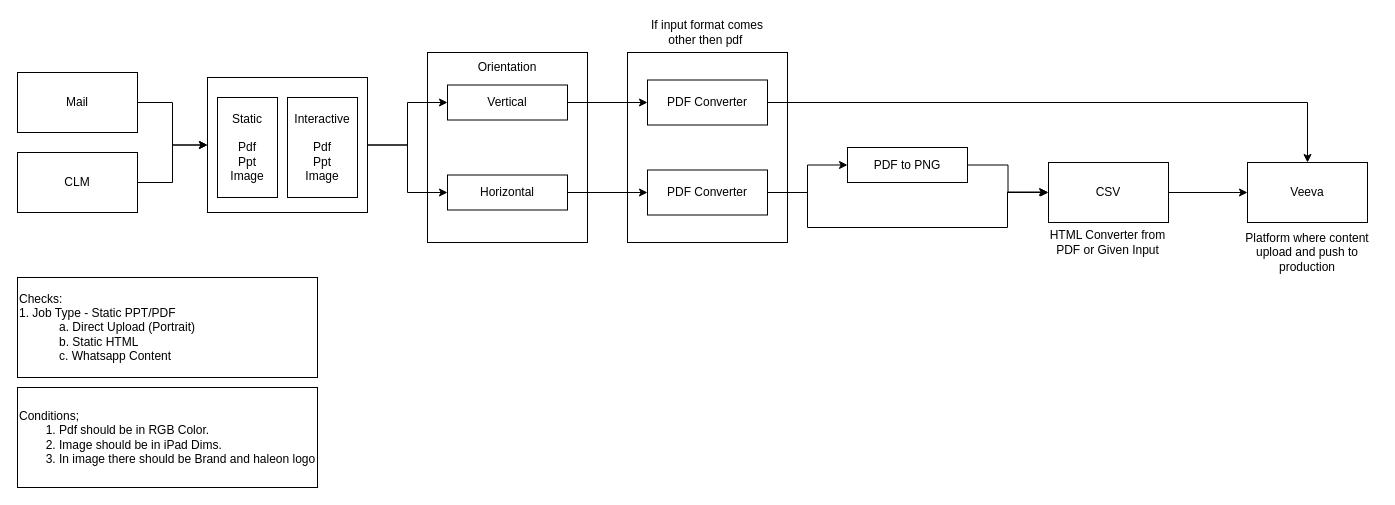
Above: Automation.drawio in Nikhil-keshri2213/DSA_Practice_Skills (draw.io), before the change. Source tidied: cells renumbered, new cells numbered last; positions are measured from the earlier drawing's top-left corner, leaving out a move shared by most shapes. Both pictures are drawn from the tidied source at 100%, with x=0, y=0 at pixel (17, 17).
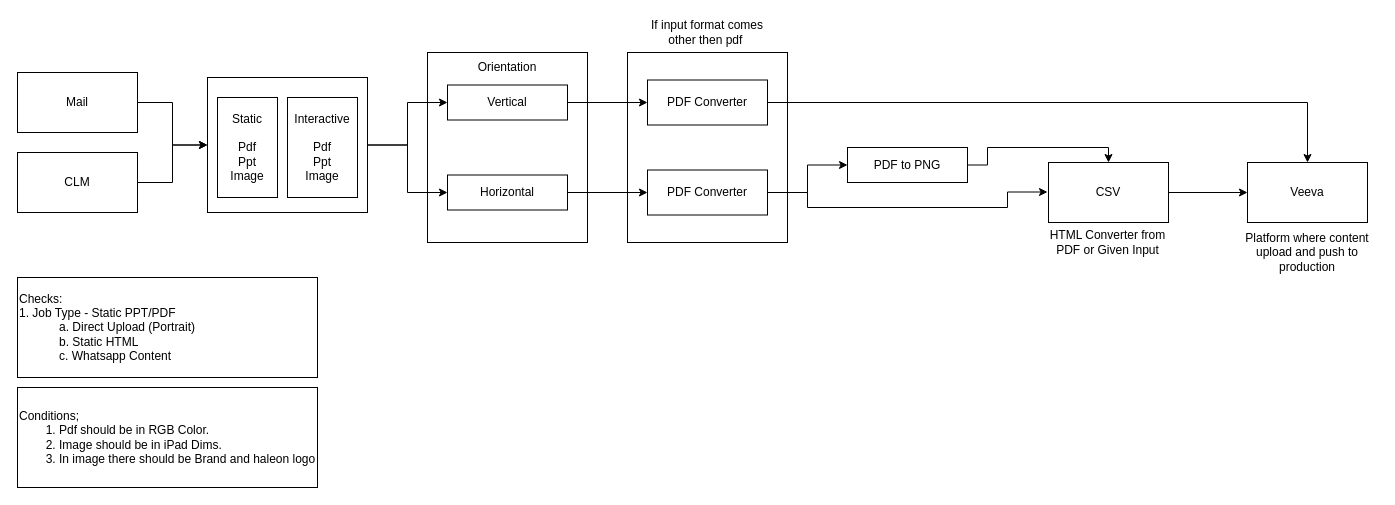
The same page after the edit.

Unchanged cells that the change refers to:
```xml
<mxCell id="6" value="CSV" style="rounded=0;whiteSpace=wrap;html=1;" parent="1" vertex="1">
  <mxGeometry x="1031" y="145" width="120" height="60" as="geometry" />
</mxCell>
<mxCell id="22" value="PDF to PNG" style="rounded=0;whiteSpace=wrap;html=1;" parent="1" vertex="1">
  <mxGeometry x="830" y="130" width="120" height="35" as="geometry" />
</mxCell>
<mxCell id="25" value="PDF Converter" style="rounded=0;whiteSpace=wrap;html=1;" parent="1" vertex="1">
  <mxGeometry x="630" y="152.5" width="120" height="45" as="geometry" />
</mxCell>
```

The edit, as a diff of the source:
```diff
@@
-    <mxCell id="21" style="edgeStyle=orthogonalEdgeStyle;rounded=0;jettySize=auto;html=1;exitX=1;exitY=0.5;exitDx=0;exitDy=0;entryX=0;entryY=0.5;entryDx=0;entryDy=0;" parent="1" edge="1" source="22" target="6">
-      <mxGeometry relative="1" as="geometry" />
+    <mxCell id="21" style="edgeStyle=orthogonalEdgeStyle;rounded=0;jettySize=auto;html=1;exitX=1;exitY=0.5;exitDx=0;exitDy=0;entryX=0.5;entryY=0;entryDx=0;entryDy=0;" parent="1" edge="1" source="22" target="6">
+      <mxGeometry relative="1" as="geometry">
+        <Array as="points">
+          <mxPoint x="970" y="148" />
+          <mxPoint x="970" y="130" />
+          <mxPoint x="1091" y="130" />
+        </Array>
+      </mxGeometry>
     </mxCell>
@@
     <mxCell id="24" style="edgeStyle=orthogonalEdgeStyle;rounded=0;jettySize=auto;html=1;exitX=1;exitY=0.5;exitDx=0;exitDy=0;" parent="1" edge="1" source="25">
       <mxGeometry relative="1" as="geometry">
         <mxPoint x="1030" y="174.5" as="targetPoint" />
         <Array as="points">
           <mxPoint x="790" y="175" />
-          <mxPoint x="790" y="210" />
-          <mxPoint x="990" y="210" />
-          <mxPoint x="990" y="175" />
+          <mxPoint x="790" y="190" />
+          <mxPoint x="990" y="190" />
+          <mxPoint x="990" y="174" />
         </Array>
       </mxGeometry>
     </mxCell>
```
